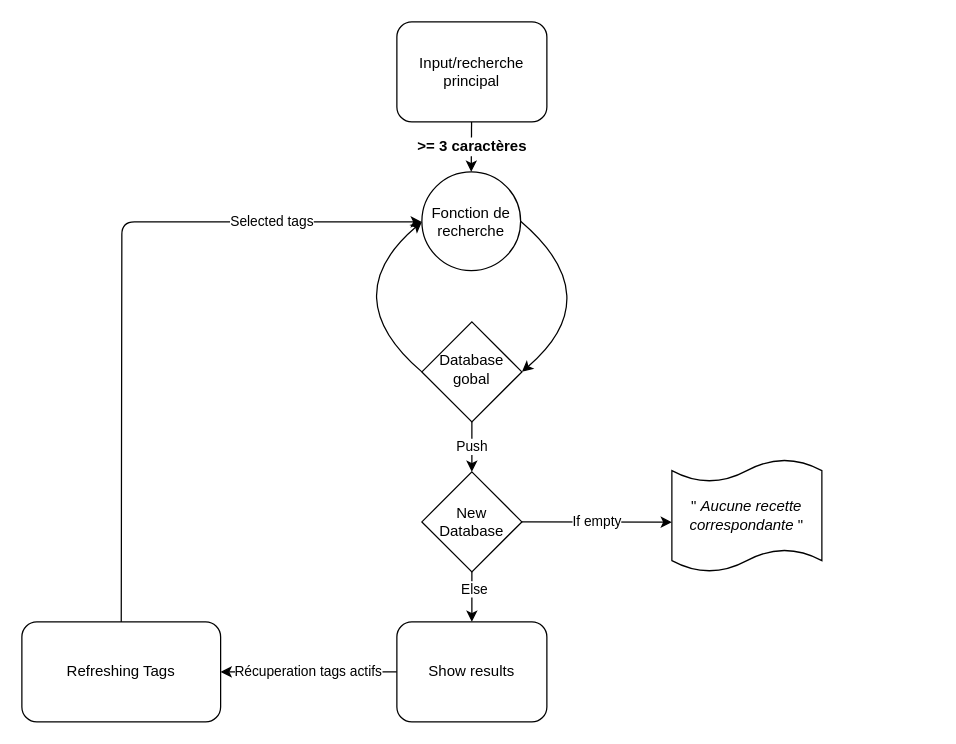
The draw.io diagram P7-P11-Search-Engin.drawio in Cadegan/P11-front-end-search-engine, before the edit. Source tidied: cells renumbered, new cells numbered last; positions are measured from the earlier drawing's top-left corner, leaving out a move shared by most shapes. Both pictures are drawn from the tidied source at 125%, with x=0, y=0 at pixel (21, 21).
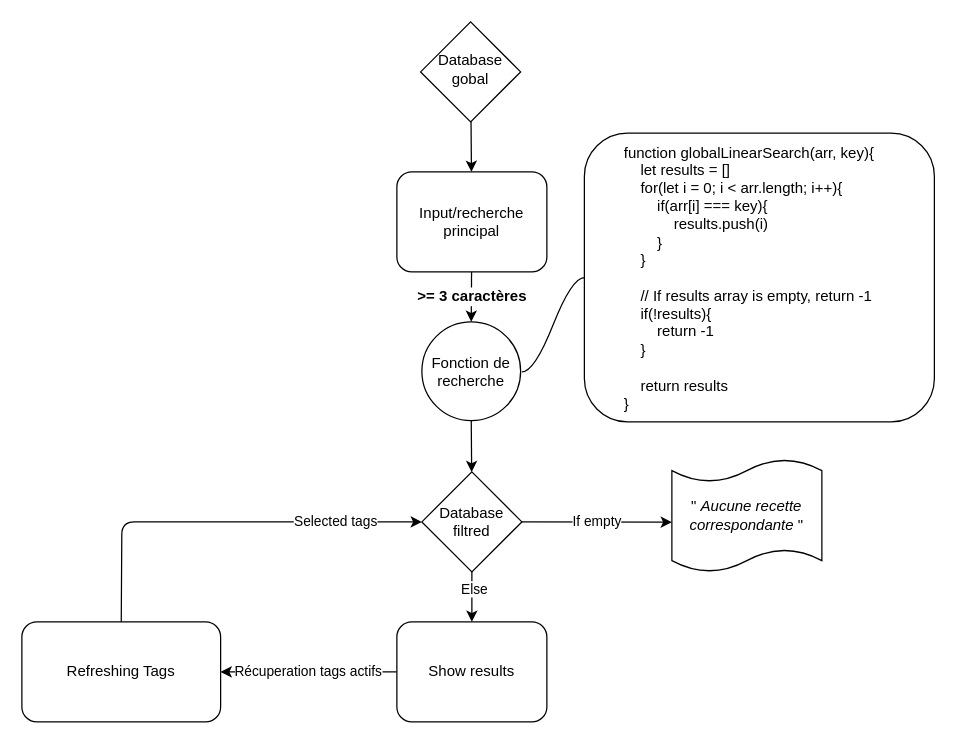
The same page after the edit.

Unchanged cells that the change refers to:
```xml
<mxCell id="16" value="Refreshing Tags" style="rounded=1;whiteSpace=wrap;html=1;" parent="1" vertex="1">
  <mxGeometry y="480" width="159" height="80" as="geometry" />
</mxCell>
```

Diff of the diagram source:
```diff
@@
     <mxCell id="3" value="Input/recherche principal" style="rounded=1;whiteSpace=wrap;html=1;fontSize=12;glass=0;strokeWidth=1;shadow=0;" parent="1" vertex="1">
-      <mxGeometry x="300" width="120" height="80" as="geometry" />
+      <mxGeometry x="300" y="120" width="120" height="80" as="geometry" />
     </mxCell>
-    <mxCell id="4" value="Push" style="edgeStyle=orthogonalEdgeStyle;rounded=0;jettySize=auto;html=1;endArrow=classic;endFill=1;entryX=0.5;entryY=0;entryDx=0;entryDy=0;" parent="1" edge="1" source="5" target="13">
-      <mxGeometry relative="1" as="geometry" />
-    </mxCell>
+    <mxCell id="18" style="edgeStyle=none;html=1;" parent="1" edge="1" source="5" target="3">
+      <mxGeometry relative="1" as="geometry" />
+    </mxCell>
     <mxCell id="5" value="Database gobal" style="rhombus;whiteSpace=wrap;html=1;shadow=0;fontFamily=Helvetica;fontSize=12;align=center;strokeWidth=1;spacing=6;spacingTop=-4;" parent="1" vertex="1">
-      <mxGeometry x="320" y="240" width="80" height="80" as="geometry" />
+      <mxGeometry x="319" width="80" height="80" as="geometry" />
     </mxCell>
+    <mxCell id="19" style="edgeStyle=none;html=1;" parent="1" edge="1" source="6" target="13">
+      <mxGeometry relative="1" as="geometry" />
+    </mxCell>
     <mxCell id="6" value="Fonction de recherche" style="ellipse;whiteSpace=wrap;html=1;" parent="1" vertex="1">
-      <mxGeometry x="320" y="120" width="79" height="79" as="geometry" />
+      <mxGeometry x="320" y="240" width="79" height="79" as="geometry" />
     </mxCell>
-    <mxCell id="7" style="curved=1;endArrow=classic;html=1;rounded=0;exitX=0;exitY=0.5;exitDx=0;exitDy=0;" parent="1" edge="1" source="5">
-      <mxGeometry relative="1" as="geometry">
-        <mxPoint x="320" y="160" as="targetPoint" />
-        <Array as="points">
-          <mxPoint x="250" y="220" />
-        </Array>
-      </mxGeometry>
-    </mxCell>
-    <mxCell id="8" style="curved=1;endArrow=classic;html=1;rounded=0;entryX=1;entryY=0.5;entryDx=0;entryDy=0;exitX=1;exitY=0.5;exitDx=0;exitDy=0;" parent="1" edge="1" source="6" target="5">
-      <mxGeometry relative="1" as="geometry">
-        <Array as="points">
-          <mxPoint x="470" y="220" />
-        </Array>
-      </mxGeometry>
-    </mxCell>
@@
-    <mxCell id="13" value="New Database " style="rhombus;whiteSpace=wrap;html=1;" parent="1" vertex="1">
+    <mxCell id="13" value="Database filtred" style="rhombus;whiteSpace=wrap;html=1;" parent="1" vertex="1">
       <mxGeometry x="320" y="360" width="80" height="80" as="geometry" />
     </mxCell>
@@
-    <mxCell id="15" value="&lt;div&gt;&lt;span style=&quot;font-size: 11px&quot;&gt;Selected tags&lt;/span&gt;&lt;/div&gt;" style="edgeStyle=none;html=1;exitX=0.5;exitY=0;exitDx=0;exitDy=0;" parent="1" edge="1" source="16">
+    <mxCell id="15" value="&lt;div&gt;&lt;span style=&quot;font-size: 11px&quot;&gt;Selected tags&lt;/span&gt;&lt;/div&gt;" style="edgeStyle=none;html=1;exitX=0.5;exitY=0;exitDx=0;exitDy=0;entryX=0;entryY=0.5;entryDx=0;entryDy=0;" parent="1" edge="1" source="16" target="13">
       <mxGeometry x="0.57" relative="1" as="geometry">
-        <mxPoint x="320" y="160" as="targetPoint" />
         <Array as="points">
-          <mxPoint x="80" y="160" />
+          <mxPoint x="80" y="400" />
         </Array>
       </mxGeometry>
     </mxCell>
@@
+    <mxCell id="20" style="edgeStyle=entityRelationEdgeStyle;startArrow=none;endArrow=none;segment=10;curved=1;entryX=0;entryY=0.5;entryDx=0;entryDy=0;" parent="1" edge="1" target="21">
+      <mxGeometry relative="1" as="geometry">
+        <mxPoint x="400" y="280" as="sourcePoint" />
+      </mxGeometry>
+    </mxCell>
+    <mxCell id="21" value="function globalLinearSearch(arr, key){&lt;br&gt;&amp;nbsp; &amp;nbsp; let results = []&lt;br&gt;&amp;nbsp; &amp;nbsp; for(let i = 0; i &amp;lt; arr.length; i++){&lt;br&gt;&amp;nbsp; &amp;nbsp; &amp;nbsp; &amp;nbsp; if(arr[i] === key){&lt;br&gt;&amp;nbsp; &amp;nbsp; &amp;nbsp; &amp;nbsp; &amp;nbsp; &amp;nbsp; results.push(i)&lt;br&gt;&amp;nbsp; &amp;nbsp; &amp;nbsp; &amp;nbsp; }&lt;br&gt;&amp;nbsp; &amp;nbsp; }&lt;br&gt;&lt;br&gt;&amp;nbsp; &amp;nbsp; // If results array is empty, return -1&lt;br&gt;&amp;nbsp; &amp;nbsp; if(!results){&lt;br&gt;&amp;nbsp; &amp;nbsp; &amp;nbsp; &amp;nbsp; return -1&lt;br&gt;&amp;nbsp; &amp;nbsp; }&lt;br&gt;&lt;br&gt;&amp;nbsp; &amp;nbsp; return results&lt;br&gt;}" style="text;whiteSpace=wrap;html=1;strokeColor=default;rounded=1;fillColor=default;fixDash=0;snapToPoint=0;backgroundOutline=0;comic=0;align=left;verticalAlign=middle;spacingLeft=30;" parent="1" vertex="1">
+      <mxGeometry x="450" y="89" width="280" height="231" as="geometry" />
+    </mxCell>
```
